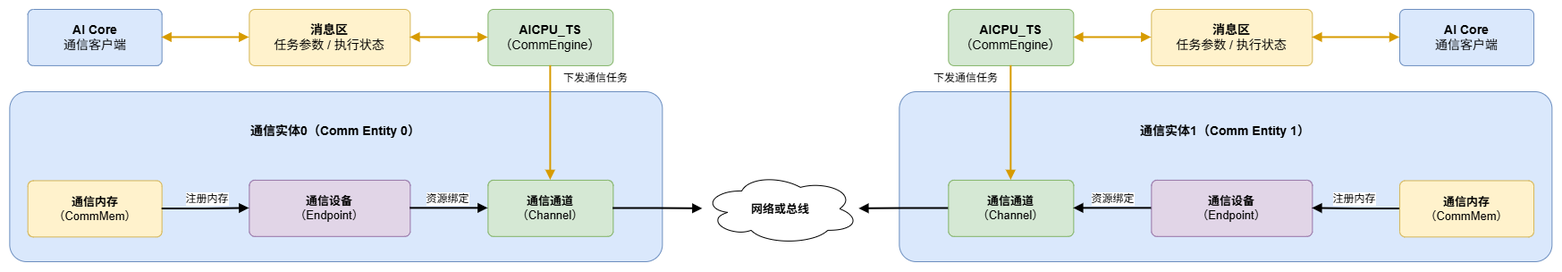
Earlier version of the draw.io export docs/zh/programming-model/figures/aicpu_proxy_communication_model.png (Atlas-Ascend-Fork/asc-comm). Source tidied: cells renumbered, new cells last; positions are measured from the earlier drawing's top-left corner, leaving out a move shared by most shapes.
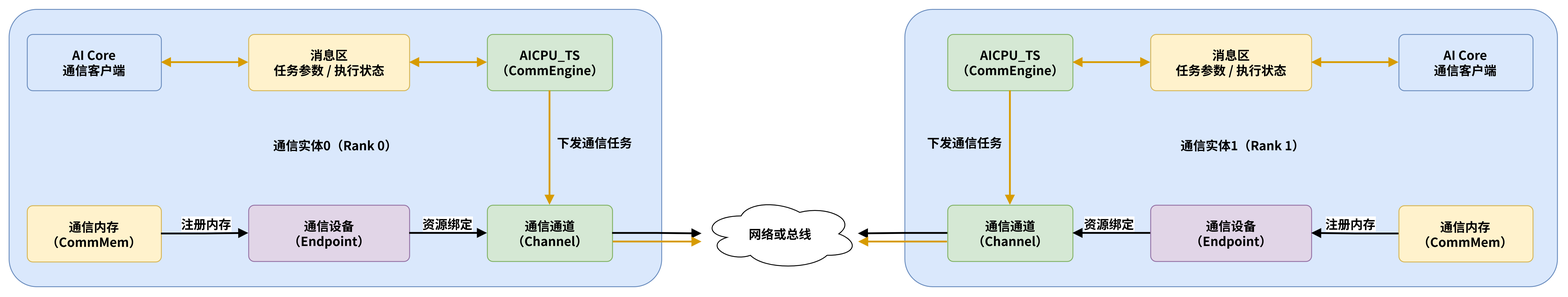
After the change.

Commit message:
updata execution model

The edit, as a diff of the source:
```diff
@@ -2,98 +2,109 @@
   <root>
     <mxCell id="0" />
     <mxCell id="1" parent="0" />
-    <mxCell id="2" style="rounded=1;whiteSpace=wrap;html=1;fillColor=#dae8fc;strokeColor=#6c8ebf;arcSize=10;" parent="1" vertex="1">
-      <mxGeometry x="0.4" y="92" width="730" height="190" as="geometry" />
-    </mxCell>
-    <mxCell id="3" value="通信实体0（Comm Entity 0）" style="text;html=1;strokeColor=none;fillColor=none;align=center;verticalAlign=middle;whiteSpace=wrap;rounded=0;fontSize=14;fontStyle=1;" parent="1" vertex="1">
-      <mxGeometry x="245.4" y="123.9" width="240" height="24" as="geometry" />
-    </mxCell>
-    <mxCell id="4" value="&lt;b&gt;AI Core&lt;/b&gt;&lt;br&gt;通信客户端" style="rounded=1;whiteSpace=wrap;html=1;fillColor=#dae8fc;strokeColor=#6c8ebf;arcSize=10;fontSize=14;" parent="1" vertex="1">
-      <mxGeometry x="20.7" width="150" height="62.9" as="geometry" />
-    </mxCell>
-    <mxCell id="5" value="&lt;b&gt;消息区&lt;/b&gt;&lt;br&gt;任务参数 / 执行状态" style="rounded=1;whiteSpace=wrap;html=1;fillColor=#fff2cc;strokeColor=#d6b656;arcSize=10;fontSize=14;" parent="1" vertex="1">
-      <mxGeometry x="268.4" width="180" height="62.9" as="geometry" />
-    </mxCell>
-    <mxCell id="6" value="&lt;b&gt;AICPU_TS&lt;/b&gt;&lt;br&gt;（CommEngine）" style="rounded=1;whiteSpace=wrap;html=1;fillColor=#d5e8d4;strokeColor=#82b366;arcSize=10;fontSize=14;" parent="1" vertex="1">
-      <mxGeometry x="535.4" width="140" height="62.9" as="geometry" />
-    </mxCell>
-    <mxCell id="7" value="下发通信任务" style="text;html=1;strokeColor=none;fillColor=none;align=center;verticalAlign=middle;whiteSpace=wrap;rounded=0;fontSize=12;" parent="1" vertex="1">
-      <mxGeometry x="610.7" y="62" width="90" height="30" as="geometry" />
-    </mxCell>
-    <mxCell id="8" value="&lt;b&gt;通信内存&lt;/b&gt;&lt;br&gt;（CommMem）" style="rounded=1;whiteSpace=wrap;html=1;fillColor=#fff2cc;strokeColor=#d6b656;arcSize=10;fontSize=13;" parent="1" vertex="1">
-      <mxGeometry x="20.7" y="191.4" width="150" height="62.9" as="geometry" />
-    </mxCell>
-    <mxCell id="9" value="&lt;b&gt;通信设备&lt;/b&gt;&lt;br&gt;（Endpoint）" style="rounded=1;whiteSpace=wrap;html=1;fillColor=#e1d5e7;strokeColor=#9673a6;arcSize=10;fontSize=13;" parent="1" vertex="1">
-      <mxGeometry x="268.4" y="190.9" width="180" height="62.9" as="geometry" />
-    </mxCell>
-    <mxCell id="10" value="&lt;b&gt;通信通道&lt;/b&gt;&lt;br&gt;（Channel）" style="rounded=1;whiteSpace=wrap;html=1;fillColor=#d5e8d4;strokeColor=#82b366;arcSize=10;fontSize=13;" parent="1" vertex="1">
-      <mxGeometry x="535.4" y="190.9" width="140" height="62.9" as="geometry" />
-    </mxCell>
+    <mxCell id="33" style="rounded=1;whiteSpace=wrap;html=1;fillColor=#dae8fc;strokeColor=#6c8ebf;arcSize=10;fontFamily=FZLTHJW;fontSize=14;fontStyle=1;" parent="1" vertex="1">
+      <mxGeometry x="1002.4" y="-28" width="730" height="310" as="geometry" />
+    </mxCell>
+    <mxCell id="34" style="rounded=1;whiteSpace=wrap;html=1;fillColor=#dae8fc;strokeColor=#6c8ebf;arcSize=10;fontFamily=FZLTHJW;fontSize=14;fontStyle=1;" parent="1" vertex="1">
+      <mxGeometry x="0.4" y="-28" width="730" height="310" as="geometry" />
+    </mxCell>
+    <mxCell id="35" value="通信实体0（Rank 0）" style="text;html=1;strokeColor=none;fillColor=none;align=center;verticalAlign=middle;whiteSpace=wrap;rounded=0;fontSize=14;fontStyle=1;fontFamily=FZLTHJW;" parent="1" vertex="1">
+      <mxGeometry x="245.4" y="112" width="240" height="24" as="geometry" />
+    </mxCell>
+    <mxCell id="36" value="&lt;span&gt;AI Core&lt;/span&gt;&lt;br&gt;&lt;span&gt;通信客户端&lt;/span&gt;" style="rounded=1;whiteSpace=wrap;html=1;fillColor=#dae8fc;strokeColor=#6c8ebf;arcSize=10;fontSize=14;fontFamily=FZLTHJW;fontStyle=1;" parent="1" vertex="1">
+      <mxGeometry x="20.7" width="150" height="62.9" as="geometry" />
+    </mxCell>
+    <mxCell id="37" value="&lt;span&gt;消息区&lt;br&gt;任务参数 / 执行状态&lt;/span&gt;" style="rounded=1;whiteSpace=wrap;html=1;fillColor=#fff2cc;strokeColor=#d6b656;arcSize=10;fontSize=14;fontFamily=FZLTHJW;fontStyle=1;" parent="1" vertex="1">
+      <mxGeometry x="268.4" width="180" height="62.9" as="geometry" />
+    </mxCell>
+    <mxCell id="38" value="&lt;span&gt;AICPU_TS&lt;br&gt;（CommEngine）&lt;/span&gt;" style="rounded=1;whiteSpace=wrap;html=1;fillColor=#d5e8d4;strokeColor=#82b366;arcSize=10;fontSize=14;fontFamily=FZLTHJW;fontStyle=1;" parent="1" vertex="1">
+      <mxGeometry x="535.4" width="140" height="62.9" as="geometry" />
+    </mxCell>
+    <mxCell id="39" value="下发通信任务" style="text;html=1;strokeColor=none;fillColor=none;align=center;verticalAlign=middle;whiteSpace=wrap;rounded=0;fontSize=14;fontFamily=FZLTHJW;fontStyle=1;" parent="1" vertex="1">
+      <mxGeometry x="610.7" y="106" width="90" height="30" as="geometry" />
+    </mxCell>
+    <mxCell id="40" value="&lt;span&gt;通信内存&lt;/span&gt;&lt;br&gt;（CommMem）" style="rounded=1;whiteSpace=wrap;html=1;fillColor=#fff2cc;strokeColor=#d6b656;arcSize=10;fontSize=14;fontFamily=FZLTHJW;fontStyle=1;" parent="1" vertex="1">
+      <mxGeometry x="20.7" y="191.5" width="150" height="62.9" as="geometry" />
+    </mxCell>
+    <mxCell id="41" value="&lt;font&gt;&lt;span&gt;通信设备&lt;br&gt;（Endpoint）&lt;/span&gt;&lt;/font&gt;" style="rounded=1;whiteSpace=wrap;html=1;fillColor=#e1d5e7;strokeColor=#9673a6;arcSize=10;fontSize=14;fontFamily=FZLTHJW;fontStyle=1;" parent="1" vertex="1">
+      <mxGeometry x="268.4" y="190.9" width="180" height="62.9" as="geometry" />
+    </mxCell>
+    <mxCell id="42" value="&lt;span&gt;&lt;font&gt;通信通道&lt;br&gt;（Channel）&lt;/font&gt;&lt;/span&gt;" style="rounded=1;whiteSpace=wrap;html=1;fillColor=#d5e8d4;strokeColor=#82b366;arcSize=10;fontSize=14;fontFamily=FZLTHJW;fontStyle=1;" parent="1" vertex="1">
+      <mxGeometry x="535.4" y="190.9" width="140" height="62.9" as="geometry" />
+    </mxCell>
-    <mxCell id="11" value="&lt;b&gt;网络或总线&lt;/b&gt;" style="shape=cloud;whiteSpace=wrap;html=1;fillColor=#ffffff;strokeColor=#000000;fontSize=13;" parent="1" vertex="1">
+    <mxCell id="11" value="&lt;span&gt;网络或总线&lt;/span&gt;" style="shape=cloud;whiteSpace=wrap;html=1;fillColor=#ffffff;strokeColor=#000000;fontSize=14;fontFamily=FZLTHJW;fontStyle=1;" parent="1" vertex="1">
       <mxGeometry x="775.4" y="182.9" width="175" height="80" as="geometry" />
     </mxCell>
-    <mxCell id="12" style="edgeStyle=orthogonalEdgeStyle;rounded=0;jettySize=auto;html=1;strokeWidth=2;strokeColor=#d79b00;startArrow=block;startFill=1;endArrow=block;endFill=1;" parent="1" edge="1" source="4" target="5">
-      <mxGeometry relative="1" as="geometry" />
-    </mxCell>
-    <mxCell id="13" style="edgeStyle=orthogonalEdgeStyle;rounded=0;jettySize=auto;html=1;strokeWidth=2;strokeColor=#d79b00;startArrow=block;startFill=1;endArrow=block;endFill=1;" parent="1" edge="1" source="5" target="6">
-      <mxGeometry relative="1" as="geometry" />
-    </mxCell>
-    <mxCell id="14" style="edgeStyle=orthogonalEdgeStyle;rounded=0;jettySize=auto;html=1;strokeWidth=2;strokeColor=#d79b00;endArrow=block;endFill=1;entryX=0.5;entryY=0;entryDx=0;entryDy=0;" parent="1" edge="1" source="6" target="10">
-      <mxGeometry relative="1" as="geometry" />
-    </mxCell>
-    <mxCell id="15" value="注册内存" style="edgeStyle=orthogonalEdgeStyle;rounded=0;jettySize=auto;html=1;strokeWidth=2;strokeColor=#000000;endArrow=block;endFill=1;fontSize=12;labelBackgroundColor=#ffffff;" parent="1" edge="1" source="8" target="9">
-      <mxGeometry x="0.03" y="10" relative="1" as="geometry" />
-    </mxCell>
-    <mxCell id="16" value="资源绑定" style="edgeStyle=orthogonalEdgeStyle;rounded=0;jettySize=auto;html=1;strokeWidth=2;strokeColor=#000000;endArrow=block;endFill=1;fontSize=12;labelBackgroundColor=#ffffff;" parent="1" edge="1" source="9" target="10">
-      <mxGeometry x="-0.03" y="10" relative="1" as="geometry" />
-    </mxCell>
-    <mxCell id="17" style="edgeStyle=orthogonalEdgeStyle;rounded=0;jettySize=auto;html=1;strokeWidth=2;strokeColor=#000000;endArrow=block;endFill=1;fontSize=12;labelBackgroundColor=#ffffff;" parent="1" edge="1" source="10" target="11">
-      <mxGeometry relative="1" as="geometry" />
-    </mxCell>
-    <mxCell id="18" style="rounded=1;whiteSpace=wrap;html=1;fillColor=#dae8fc;strokeColor=#6c8ebf;arcSize=10;" parent="1" vertex="1">
-      <mxGeometry x="995.4" y="92" width="730" height="190" as="geometry" />
-    </mxCell>
-    <mxCell id="19" value="通信实体1（Comm Entity 1）" style="text;html=1;strokeColor=none;fillColor=none;align=center;verticalAlign=middle;whiteSpace=wrap;rounded=0;fontSize=14;fontStyle=1;" parent="1" vertex="1">
-      <mxGeometry x="1240.4" y="123.9" width="240" height="24" as="geometry" />
-    </mxCell>
-    <mxCell id="20" value="&lt;b&gt;AI Core&lt;/b&gt;&lt;br&gt;通信客户端" style="rounded=1;whiteSpace=wrap;html=1;fillColor=#dae8fc;strokeColor=#6c8ebf;arcSize=10;fontSize=14;" parent="1" vertex="1">
-      <mxGeometry x="1555" width="150" height="62.9" as="geometry" />
-    </mxCell>
-    <mxCell id="21" value="&lt;b&gt;消息区&lt;/b&gt;&lt;br&gt;任务参数 / 执行状态" style="rounded=1;whiteSpace=wrap;html=1;fillColor=#fff2cc;strokeColor=#d6b656;arcSize=10;fontSize=14;" parent="1" vertex="1">
-      <mxGeometry x="1277.4" width="180" height="62.9" as="geometry" />
-    </mxCell>
-    <mxCell id="22" value="&lt;b&gt;AICPU_TS&lt;/b&gt;&lt;br&gt;（CommEngine）" style="rounded=1;whiteSpace=wrap;html=1;fillColor=#d5e8d4;strokeColor=#82b366;arcSize=10;fontSize=14;" parent="1" vertex="1">
-      <mxGeometry x="1050.4" width="140" height="62.9" as="geometry" />
-    </mxCell>
-    <mxCell id="23" value="下发通信任务" style="text;html=1;strokeColor=none;fillColor=none;align=center;verticalAlign=middle;whiteSpace=wrap;rounded=0;fontSize=12;" parent="1" vertex="1">
-      <mxGeometry x="1025" y="62" width="90" height="30" as="geometry" />
-    </mxCell>
-    <mxCell id="24" value="&lt;b&gt;通信内存&lt;/b&gt;&lt;br&gt;（CommMem）" style="rounded=1;whiteSpace=wrap;html=1;fillColor=#fff2cc;strokeColor=#d6b656;arcSize=10;fontSize=13;" parent="1" vertex="1">
-      <mxGeometry x="1555" y="191.4" width="150" height="62.9" as="geometry" />
-    </mxCell>
-    <mxCell id="25" value="&lt;b&gt;通信设备&lt;/b&gt;&lt;br&gt;（Endpoint）" style="rounded=1;whiteSpace=wrap;html=1;fillColor=#e1d5e7;strokeColor=#9673a6;arcSize=10;fontSize=13;" parent="1" vertex="1">
-      <mxGeometry x="1277.4" y="190.9" width="180" height="62.9" as="geometry" />
-    </mxCell>
-    <mxCell id="26" value="&lt;b&gt;通信通道&lt;/b&gt;&lt;br&gt;（Channel）" style="rounded=1;whiteSpace=wrap;html=1;fillColor=#d5e8d4;strokeColor=#82b366;arcSize=10;fontSize=13;" parent="1" vertex="1">
-      <mxGeometry x="1050.4" y="190.9" width="140" height="62.9" as="geometry" />
-    </mxCell>
-    <mxCell id="27" style="edgeStyle=orthogonalEdgeStyle;rounded=0;jettySize=auto;html=1;strokeWidth=2;strokeColor=#d79b00;startArrow=block;startFill=1;endArrow=block;endFill=1;" parent="1" edge="1" source="20" target="21">
-      <mxGeometry relative="1" as="geometry" />
-    </mxCell>
-    <mxCell id="28" style="edgeStyle=orthogonalEdgeStyle;rounded=0;jettySize=auto;html=1;strokeWidth=2;strokeColor=#d79b00;startArrow=block;startFill=1;endArrow=block;endFill=1;" parent="1" edge="1" source="21" target="22">
-      <mxGeometry relative="1" as="geometry" />
-    </mxCell>
-    <mxCell id="29" style="edgeStyle=orthogonalEdgeStyle;rounded=0;jettySize=auto;html=1;strokeWidth=2;strokeColor=#d79b00;endArrow=block;endFill=1;entryX=0.5;entryY=0;entryDx=0;entryDy=0;" parent="1" edge="1" source="22" target="26">
-      <mxGeometry relative="1" as="geometry" />
-    </mxCell>
-    <mxCell id="30" value="注册内存" style="edgeStyle=orthogonalEdgeStyle;rounded=0;jettySize=auto;html=1;strokeWidth=2;strokeColor=#000000;endArrow=block;endFill=1;fontSize=12;labelBackgroundColor=#ffffff;" parent="1" edge="1" source="24" target="25">
-      <mxGeometry x="0.05" y="-10" relative="1" as="geometry" />
-    </mxCell>
-    <mxCell id="31" value="资源绑定" style="edgeStyle=orthogonalEdgeStyle;rounded=0;jettySize=auto;html=1;strokeWidth=2;strokeColor=#000000;endArrow=block;endFill=1;fontSize=12;labelBackgroundColor=#ffffff;" parent="1" edge="1" source="25" target="26">
-      <mxGeometry y="-10" relative="1" as="geometry" />
-    </mxCell>
-    <mxCell id="32" style="edgeStyle=orthogonalEdgeStyle;rounded=0;jettySize=auto;html=1;strokeWidth=2;strokeColor=#000000;endArrow=block;endFill=1;fontSize=12;labelBackgroundColor=#ffffff;" parent="1" edge="1" source="26" target="11">
-      <mxGeometry relative="1" as="geometry" />
-    </mxCell>
+    <mxCell id="43" style="edgeStyle=orthogonalEdgeStyle;rounded=0;jettySize=auto;html=1;strokeWidth=2;strokeColor=#d79b00;startArrow=block;startFill=1;endArrow=block;endFill=1;fontFamily=FZLTHJW;fontSize=14;fontStyle=1;" parent="1" edge="1" source="36" target="37">
+      <mxGeometry relative="1" as="geometry" />
+    </mxCell>
+    <mxCell id="44" style="edgeStyle=orthogonalEdgeStyle;rounded=0;jettySize=auto;html=1;strokeWidth=2;strokeColor=#d79b00;startArrow=block;startFill=1;endArrow=block;endFill=1;fontFamily=FZLTHJW;fontSize=14;fontStyle=1;" parent="1" edge="1" source="37" target="38">
+      <mxGeometry relative="1" as="geometry" />
+    </mxCell>
+    <mxCell id="45" style="edgeStyle=orthogonalEdgeStyle;rounded=0;jettySize=auto;html=1;strokeWidth=2;strokeColor=#d79b00;endArrow=block;endFill=1;entryX=0.5;entryY=0;entryDx=0;entryDy=0;fontFamily=FZLTHJW;fontSize=14;fontStyle=1;" parent="1" edge="1" source="38" target="42">
+      <mxGeometry relative="1" as="geometry" />
+    </mxCell>
+    <mxCell id="46" value="注册内存" style="edgeStyle=orthogonalEdgeStyle;rounded=0;jettySize=auto;html=1;strokeWidth=2;strokeColor=#000000;endArrow=block;endFill=1;fontSize=14;labelBackgroundColor=#ffffff;fontFamily=FZLTHJW;fontStyle=1;" parent="1" edge="1" source="40" target="41">
+      <mxGeometry x="0.03" y="10" relative="1" as="geometry" />
+    </mxCell>
+    <mxCell id="47" value="资源绑定" style="edgeStyle=orthogonalEdgeStyle;rounded=0;jettySize=auto;html=1;strokeWidth=2;strokeColor=#000000;endArrow=block;endFill=1;fontSize=14;labelBackgroundColor=#ffffff;fontFamily=FZLTHJW;fontStyle=1;" parent="1" edge="1" source="41" target="42">
+      <mxGeometry x="-0.03" y="10" relative="1" as="geometry" />
+    </mxCell>
+    <mxCell id="48" style="edgeStyle=orthogonalEdgeStyle;rounded=0;jettySize=auto;html=1;strokeWidth=2;strokeColor=#000000;endArrow=block;endFill=1;fontSize=14;labelBackgroundColor=#ffffff;fontFamily=FZLTHJW;fontStyle=1;" parent="1" edge="1" source="42" target="11">
+      <mxGeometry relative="1" as="geometry" />
+    </mxCell>
+    <mxCell id="49" value="通信实体1（Rank 1）" style="text;html=1;strokeColor=none;fillColor=none;align=center;verticalAlign=middle;whiteSpace=wrap;rounded=0;fontSize=14;fontStyle=1;fontFamily=FZLTHJW;" parent="1" vertex="1">
+      <mxGeometry x="1260.7" y="112" width="240" height="24" as="geometry" />
+    </mxCell>
+    <mxCell id="50" value="&lt;span&gt;AI Core&lt;/span&gt;&lt;br&gt;通信客户端" style="rounded=1;whiteSpace=wrap;html=1;fillColor=#dae8fc;strokeColor=#6c8ebf;arcSize=10;fontSize=14;fontFamily=FZLTHJW;fontStyle=1;" parent="1" vertex="1">
+      <mxGeometry x="1555.1" width="150" height="62.9" as="geometry" />
+    </mxCell>
+    <mxCell id="51" value="&lt;span&gt;消息区&lt;/span&gt;&lt;br&gt;任务参数 / 执行状态" style="rounded=1;whiteSpace=wrap;html=1;fillColor=#fff2cc;strokeColor=#d6b656;arcSize=10;fontSize=14;fontFamily=FZLTHJW;fontStyle=1;" parent="1" vertex="1">
+      <mxGeometry x="1277.4" width="180" height="62.9" as="geometry" />
+    </mxCell>
+    <mxCell id="52" value="&lt;span&gt;AICPU_TS&lt;/span&gt;&lt;br&gt;（CommEngine）" style="rounded=1;whiteSpace=wrap;html=1;fillColor=#d5e8d4;strokeColor=#82b366;arcSize=10;fontSize=14;fontFamily=FZLTHJW;fontStyle=1;" parent="1" vertex="1">
+      <mxGeometry x="1050.4" width="140" height="62.9" as="geometry" />
+    </mxCell>
+    <mxCell id="53" value="下发通信任务" style="text;html=1;strokeColor=none;fillColor=none;align=center;verticalAlign=middle;whiteSpace=wrap;rounded=0;fontSize=14;fontFamily=FZLTHJW;fontStyle=1;" parent="1" vertex="1">
+      <mxGeometry x="1025.1" y="106" width="90" height="30" as="geometry" />
+    </mxCell>
+    <mxCell id="54" value="&lt;span&gt;通信内存&lt;/span&gt;&lt;br&gt;（CommMem）" style="rounded=1;whiteSpace=wrap;html=1;fillColor=#fff2cc;strokeColor=#d6b656;arcSize=10;fontSize=14;fontFamily=FZLTHJW;fontStyle=1;" parent="1" vertex="1">
+      <mxGeometry x="1555.1" y="191.5" width="150" height="62.9" as="geometry" />
+    </mxCell>
+    <mxCell id="55" value="&lt;span&gt;通信设备&lt;/span&gt;&lt;br&gt;（Endpoint）" style="rounded=1;whiteSpace=wrap;html=1;fillColor=#e1d5e7;strokeColor=#9673a6;arcSize=10;fontSize=14;fontFamily=FZLTHJW;fontStyle=1;" parent="1" vertex="1">
+      <mxGeometry x="1277.4" y="190.9" width="180" height="62.9" as="geometry" />
+    </mxCell>
+    <mxCell id="56" value="&lt;span&gt;通信通道&lt;/span&gt;&lt;br&gt;（Channel）" style="rounded=1;whiteSpace=wrap;html=1;fillColor=#d5e8d4;strokeColor=#82b366;arcSize=10;fontSize=14;fontFamily=FZLTHJW;fontStyle=1;" parent="1" vertex="1">
+      <mxGeometry x="1050.4" y="190.9" width="140" height="62.9" as="geometry" />
+    </mxCell>
+    <mxCell id="57" style="edgeStyle=orthogonalEdgeStyle;rounded=0;jettySize=auto;html=1;strokeWidth=2;strokeColor=#d79b00;startArrow=block;startFill=1;endArrow=block;endFill=1;fontFamily=FZLTHJW;fontSize=14;fontStyle=1;" parent="1" edge="1" source="50" target="51">
+      <mxGeometry relative="1" as="geometry" />
+    </mxCell>
+    <mxCell id="58" style="edgeStyle=orthogonalEdgeStyle;rounded=0;jettySize=auto;html=1;strokeWidth=2;strokeColor=#d79b00;startArrow=block;startFill=1;endArrow=block;endFill=1;fontFamily=FZLTHJW;fontSize=14;fontStyle=1;" parent="1" edge="1" source="51" target="52">
+      <mxGeometry relative="1" as="geometry" />
+    </mxCell>
+    <mxCell id="59" style="edgeStyle=orthogonalEdgeStyle;rounded=0;jettySize=auto;html=1;strokeWidth=2;strokeColor=#d79b00;endArrow=block;endFill=1;entryX=0.5;entryY=0;entryDx=0;entryDy=0;fontFamily=FZLTHJW;fontSize=14;fontStyle=1;" parent="1" edge="1" source="52" target="56">
+      <mxGeometry relative="1" as="geometry" />
+    </mxCell>
+    <mxCell id="60" value="注册内存" style="edgeStyle=orthogonalEdgeStyle;rounded=0;jettySize=auto;html=1;strokeWidth=2;strokeColor=#000000;endArrow=block;endFill=1;fontSize=14;labelBackgroundColor=#ffffff;fontFamily=FZLTHJW;fontStyle=1;" parent="1" edge="1" source="54" target="55">
+      <mxGeometry x="0.12" y="-10" relative="1" as="geometry" />
+    </mxCell>
+    <mxCell id="61" value="资源绑定" style="edgeStyle=orthogonalEdgeStyle;rounded=0;jettySize=auto;html=1;strokeWidth=2;strokeColor=#000000;endArrow=block;endFill=1;fontSize=14;labelBackgroundColor=#ffffff;fontFamily=FZLTHJW;fontStyle=1;" parent="1" edge="1" source="55" target="56">
+      <mxGeometry x="0.07" y="-10" relative="1" as="geometry" />
+    </mxCell>
+    <mxCell id="62" style="edgeStyle=orthogonalEdgeStyle;rounded=0;jettySize=auto;html=1;strokeWidth=2;strokeColor=#000000;endArrow=block;endFill=1;fontSize=14;labelBackgroundColor=#ffffff;fontFamily=FZLTHJW;fontStyle=1;" parent="1" edge="1" source="56" target="11">
+      <mxGeometry relative="1" as="geometry" />
+    </mxCell>
+    <mxCell id="63" style="edgeStyle=orthogonalEdgeStyle;rounded=0;jettySize=auto;html=1;strokeWidth=2;strokeColor=#d79b00;endArrow=block;endFill=1;exitX=1.006;exitY=0.653;exitDx=0;exitDy=0;exitPerimeter=0;fontFamily=FZLTHJW;fontSize=14;fontStyle=1;" parent="1" edge="1" source="42">
+      <mxGeometry relative="1" as="geometry">
+        <mxPoint x="775.4" y="232" as="targetPoint" />
+      </mxGeometry>
+    </mxCell>
+    <mxCell id="64" style="edgeStyle=orthogonalEdgeStyle;rounded=0;orthogonalLoop=1;jettySize=auto;html=1;strokeWidth=2;strokeColor=#d79b00;endArrow=block;endFill=1;fontFamily=FZLTHJW;fontSize=14;fontStyle=1;" parent="1" edge="1">
+      <mxGeometry relative="1" as="geometry">
+        <mxPoint x="1050" y="232" as="sourcePoint" />
+        <mxPoint x="950.7" y="232" as="targetPoint" />
+      </mxGeometry>
+    </mxCell>
   </root>
 </mxGraphModel>
```
